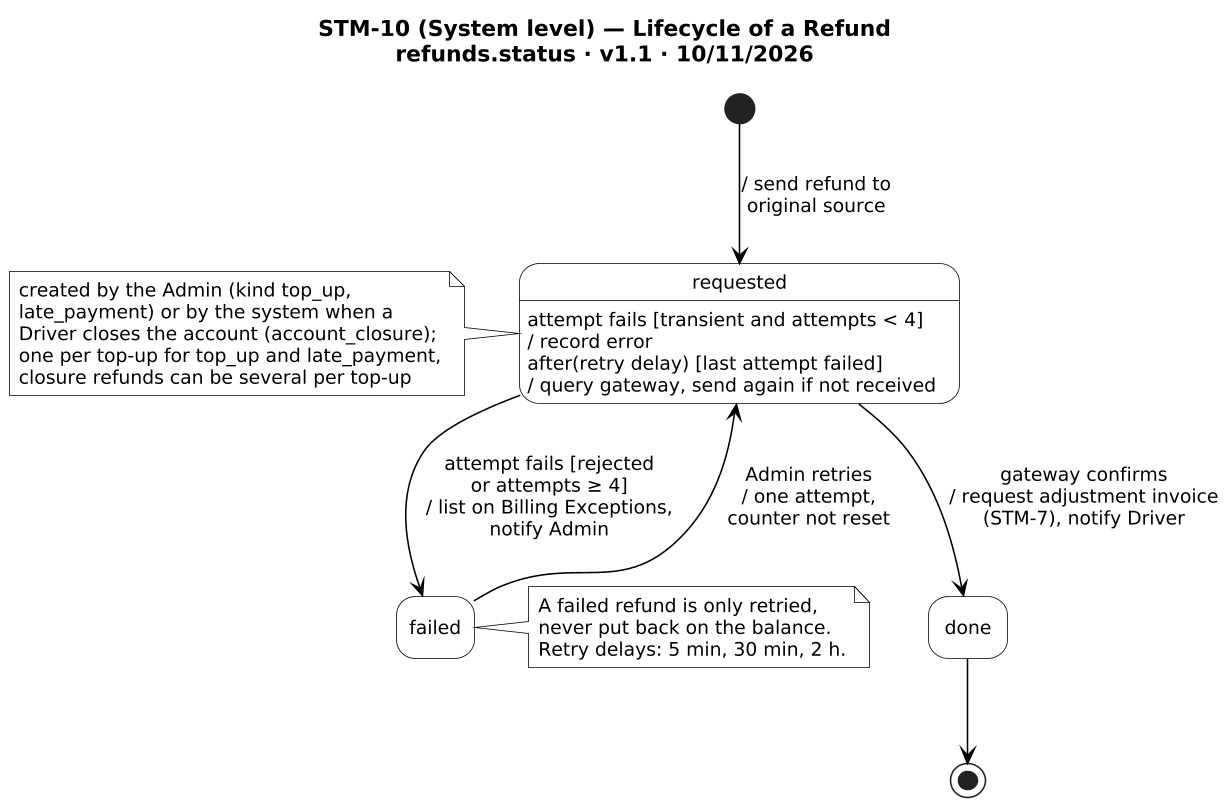
Above: diagrams/report4/state/STM-10/STM-10.png in PowerMeApp/powerme (PlantUML), before the change. Source of this version:
```plantuml
@startuml STM-10
!include _style.iuml
title STM-10 (System level) — Lifecycle of a Refund\nrefunds.status · v1.1 · 10/11/2026

[*] --> requested : / send refund to\noriginal source
note left of requested
  created by the Admin (kind top_up,
  late_payment) or by the system when a
  Driver closes the account (account_closure);
  one per top-up for top_up and late_payment,
  closure refunds can be several per top-up
end note
requested : attempt fails [transient and attempts < 4]\n/ record error
requested : after(retry delay) [last attempt failed]\n/ query gateway, send again if not received
requested --> done : gateway confirms\n/ request adjustment invoice\n(STM-7), notify Driver
requested --> failed : attempt fails [rejected\nor attempts ≥ 4]\n/ list on Billing Exceptions,\nnotify Admin
failed --> requested : Admin retries\n/ one attempt,\ncounter not reset
done --> [*]
note right of failed
  A failed refund is only retried,
  never put back on the balance.
  Retry delays: 5 min, 30 min, 2 h.
end note
@enduml
```
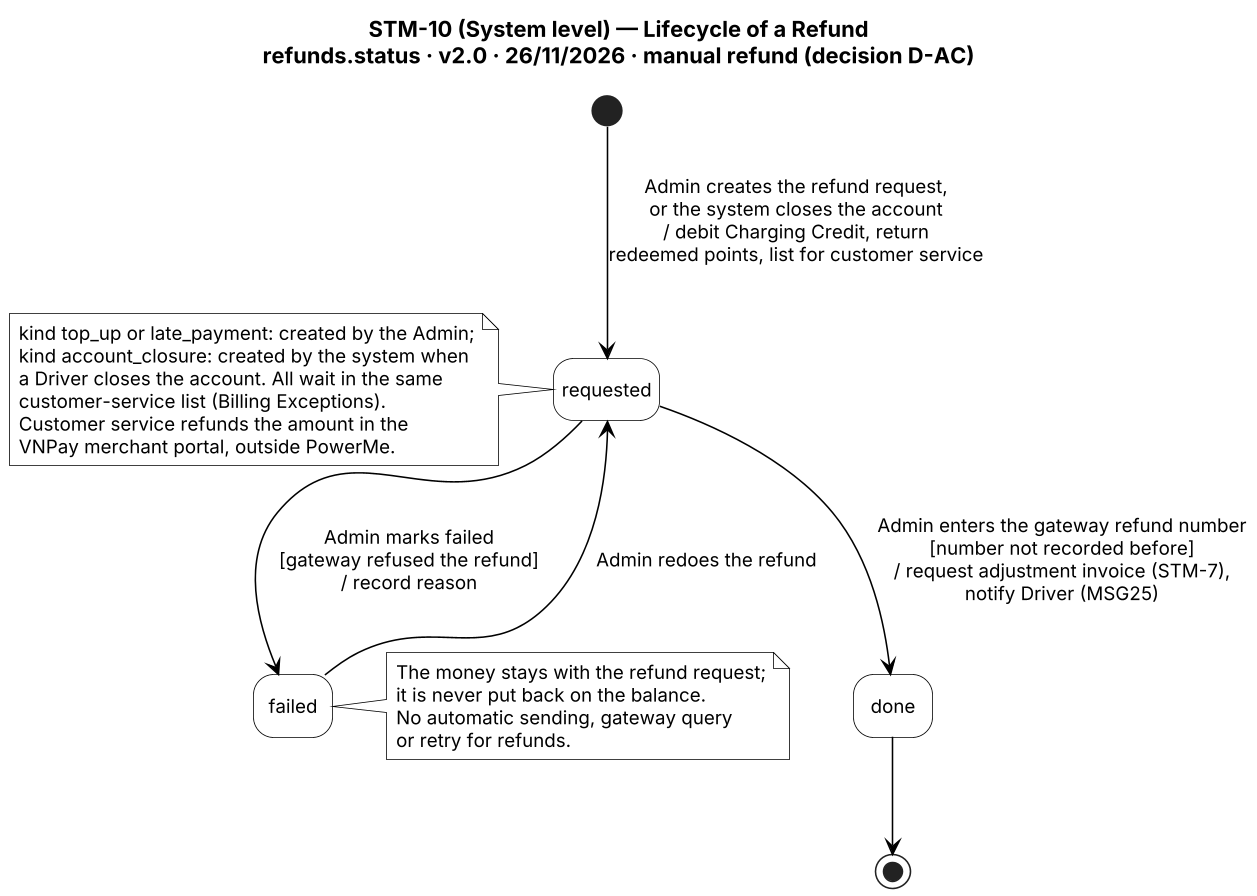
The same file after the commit.

Change to the diagram source:
```diff
@@ -1,24 +1,24 @@
 @startuml STM-10
 !include _style.iuml
-title STM-10 (System level) — Lifecycle of a Refund\nrefunds.status · v1.1 · 10/11/2026
+title STM-10 (System level) — Lifecycle of a Refund\nrefunds.status · v2.0 · 26/11/2026 · manual refund (decision D-AC)
 
-[*] --> requested : / send refund to\noriginal source
+[*] --> requested : Admin creates the refund request,\nor the system closes the account\n/ debit Charging Credit, return\nredeemed points, list for customer service
 note left of requested
-  created by the Admin (kind top_up,
-  late_payment) or by the system when a
-  Driver closes the account (account_closure);
-  one per top-up for top_up and late_payment,
-  closure refunds can be several per top-up
+  kind top_up or late_payment: created by the Admin;
+  kind account_closure: created by the system when
+  a Driver closes the account. All wait in the same
+  customer-service list (Billing Exceptions).
+  Customer service refunds the amount in the
+  VNPay merchant portal, outside PowerMe.
 end note
-requested : attempt fails [transient and attempts < 4]\n/ record error
-requested : after(retry delay) [last attempt failed]\n/ query gateway, send again if not received
-requested --> done : gateway confirms\n/ request adjustment invoice\n(STM-7), notify Driver
-requested --> failed : attempt fails [rejected\nor attempts ≥ 4]\n/ list on Billing Exceptions,\nnotify Admin
-failed --> requested : Admin retries\n/ one attempt,\ncounter not reset
+requested --> done : Admin enters the gateway refund number\n[number not recorded before]\n/ request adjustment invoice (STM-7),\nnotify Driver (MSG25)
+requested --> failed : Admin marks failed\n[gateway refused the refund]\n/ record reason
+failed --> requested : Admin redoes the refund
 done --> [*]
 note right of failed
-  A failed refund is only retried,
-  never put back on the balance.
-  Retry delays: 5 min, 30 min, 2 h.
+  The money stays with the refund request;
+  it is never put back on the balance.
+  No automatic sending, gateway query
+  or retry for refunds.
 end note
 @enduml
```
